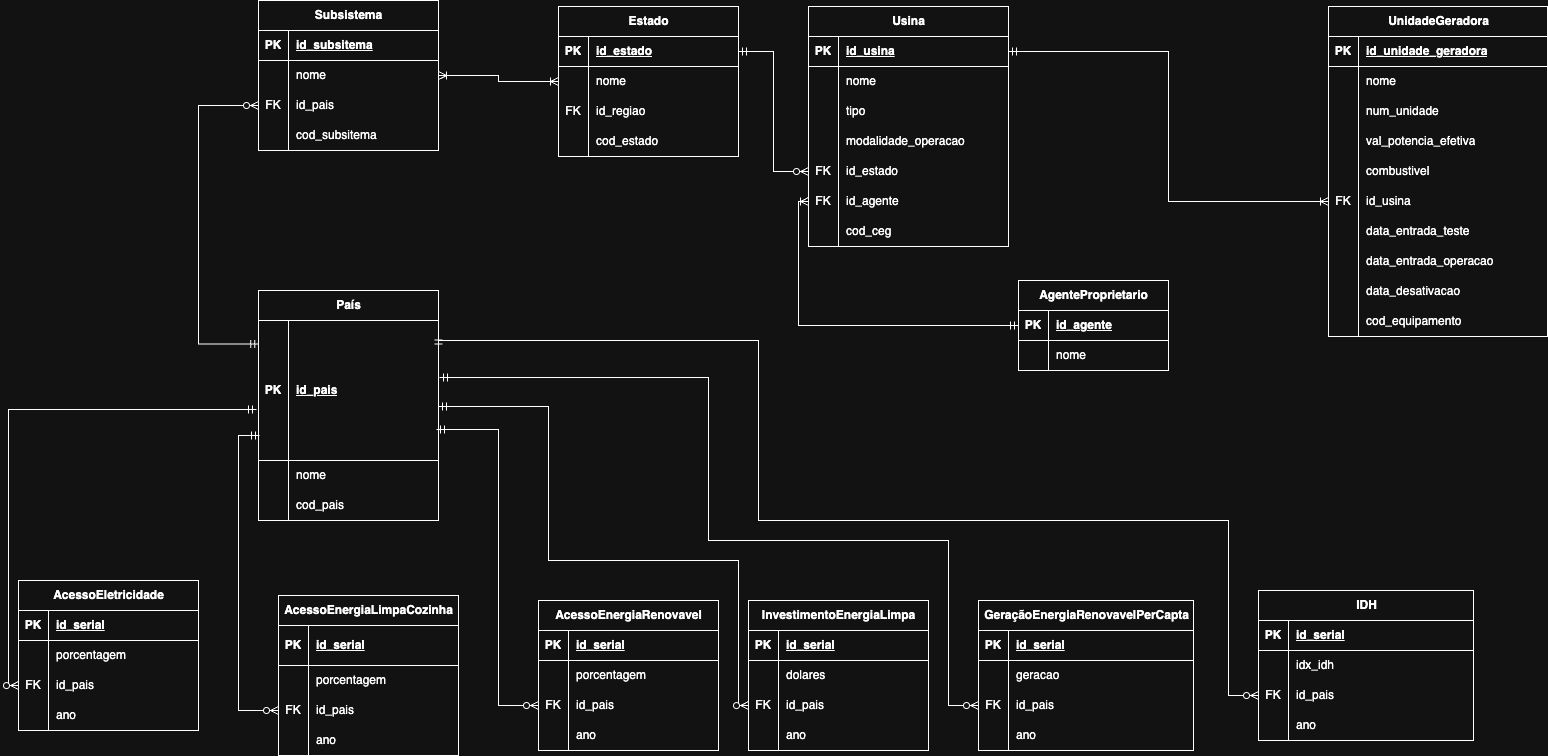
The draw.io diagram models/Relational_Model.png in Pedrovmc04/MC536-Projeto1, before a commit. Source tidied: cells renumbered, new cells last; positions are measured from the earlier drawing's top-left corner, leaving out a move shared by most shapes.
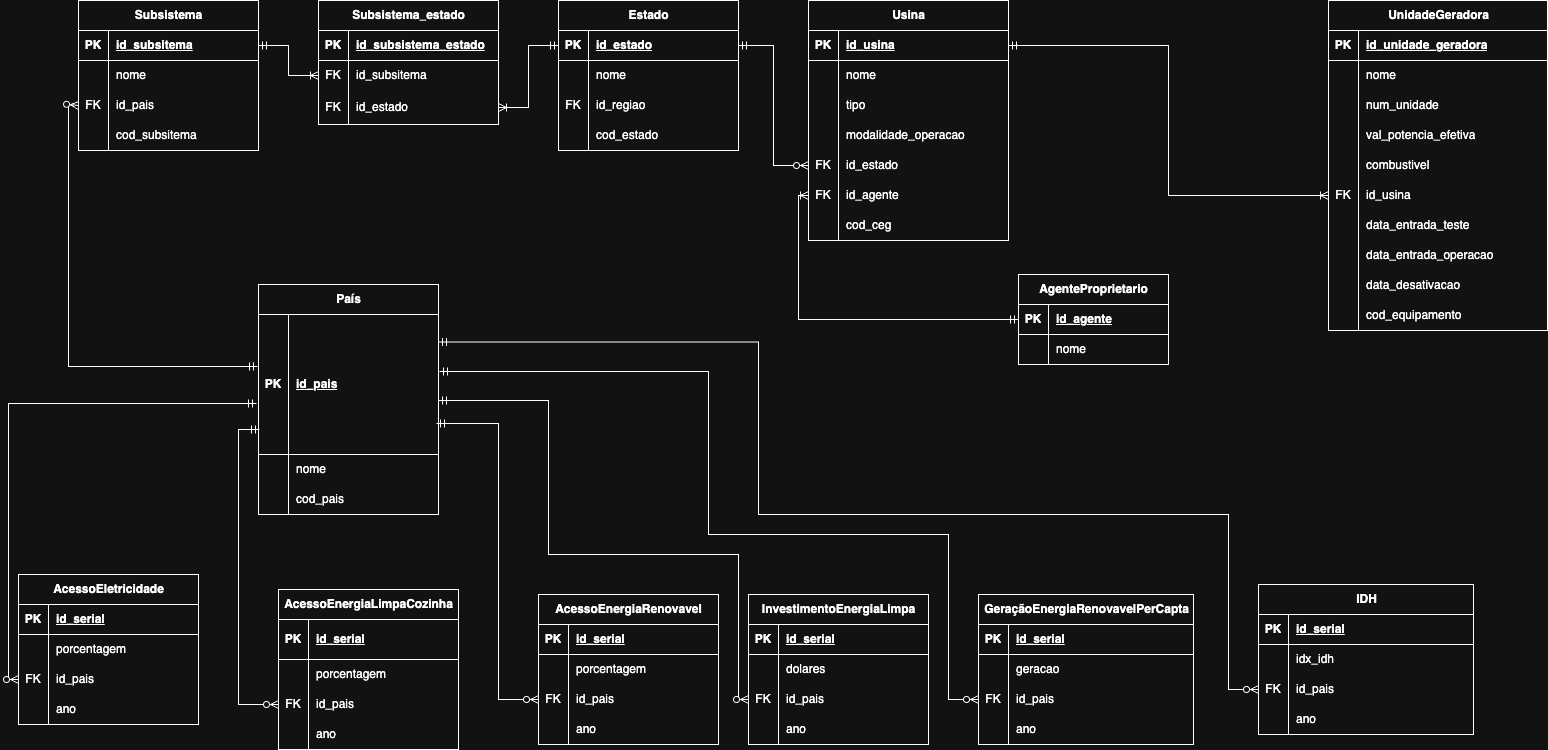
The same diagram one commit later.

Commit message:
fix conceptual and relation models

Diff of the diagram source:
```diff
@@ -9,7 +9,7 @@
       <mxGeometry relative="1" as="geometry" />
     </mxCell>
     <mxCell id="4" value="Subsistema" style="shape=table;startSize=30;rowLines=0;fontStyle=1;align=center;html=1;" parent="1" vertex="1">
-      <mxGeometry x="240" width="180" height="150" as="geometry" />
+      <mxGeometry x="60" y="6" width="180" height="150" as="geometry" />
     </mxCell>
     <mxCell id="5" style="shape=tableRow;horizontal=0;startSize=0;swimlaneHead=0;swimlaneBody=0;fillColor=none;points=[[0,0.5],[1,0.5]];portConstraint=eastwest;top=0;left=0;right=0;bottom=1;" parent="4" vertex="1">
       <mxGeometry y="30" width="180" height="30" as="geometry" />
@@ -575,23 +575,56 @@
     <mxCell id="184" style="fontSize=12;html=1;endArrow=ERzeroToMany;startArrow=ERmandOne;rounded=0;entryX=0;entryY=0.5;entryDx=0;entryDy=0;edgeStyle=orthogonalEdgeStyle;exitX=1;exitY=0.25;exitDx=0;exitDy=0;" parent="1" edge="1" source="52" target="159">
       <mxGeometry relative="1" as="geometry">
         <Array as="points">
-          <mxPoint x="740" y="340" />
+          <mxPoint x="740" y="348" />
           <mxPoint x="740" y="520" />
           <mxPoint x="1210" y="520" />
           <mxPoint x="1210" y="695" />
         </Array>
       </mxGeometry>
     </mxCell>
-    <mxCell id="185" style="edgeStyle=orthogonalEdgeStyle;fontSize=12;html=1;endArrow=ERzeroToMany;startArrow=ERmandOne;rounded=0;entryX=0;entryY=0.5;entryDx=0;entryDy=0;exitX=0.002;exitY=0.167;exitDx=0;exitDy=0;exitPerimeter=0;" parent="1" edge="1" source="53" target="11">
+    <mxCell id="185" style="edgeStyle=orthogonalEdgeStyle;fontSize=12;html=1;endArrow=ERzeroToMany;startArrow=ERmandOne;rounded=0;entryX=0;entryY=0.5;entryDx=0;entryDy=0;exitX=-0.006;exitY=0.371;exitDx=0;exitDy=0;exitPerimeter=0;" parent="1" edge="1" source="53" target="11">
       <mxGeometry relative="1" as="geometry">
         <Array as="points">
-          <mxPoint x="180" y="343" />
-          <mxPoint x="180" y="105" />
+          <mxPoint x="50" y="372" />
+          <mxPoint x="50" y="110" />
         </Array>
       </mxGeometry>
     </mxCell>
-    <mxCell id="186" style="edgeStyle=orthogonalEdgeStyle;fontSize=12;html=1;endArrow=ERoneToMany;startArrow=ERoneToMany;rounded=0;entryX=0;entryY=0.5;entryDx=0;entryDy=0;exitX=1;exitY=0.5;exitDx=0;exitDy=0;" parent="1" edge="1" source="8" target="21">
-      <mxGeometry relative="1" as="geometry" />
-    </mxCell>
+    <mxCell id="187" value="Subsistema_estado" style="shape=table;startSize=30;rowLines=0;fontStyle=1;align=center;html=1;" parent="1" vertex="1">
+      <mxGeometry x="300" y="6" width="180" height="124" as="geometry" />
+    </mxCell>
+    <mxCell id="188" style="shape=tableRow;horizontal=0;startSize=0;swimlaneHead=0;swimlaneBody=0;fillColor=none;top=0;left=0;right=0;bottom=1;" parent="187" vertex="1">
+      <mxGeometry y="30" width="180" height="30" as="geometry" />
+    </mxCell>
+    <mxCell id="189" value="PK" style="shape=partialRectangle;fillColor=none;top=0;left=0;bottom=0;right=0;fontStyle=1;overflow=hidden;whiteSpace=wrap;html=1;" parent="188" vertex="1">
+      <mxGeometry width="30" height="30" as="geometry" />
+    </mxCell>
+    <mxCell id="190" value="id_subsistema_estado" style="shape=partialRectangle;fillColor=none;top=0;left=0;bottom=0;right=0;align=left;spacingLeft=6;fontStyle=5;overflow=hidden;whiteSpace=wrap;html=1;" parent="188" vertex="1">
+      <mxGeometry x="30" width="150" height="30" as="geometry" />
+    </mxCell>
+    <mxCell id="191" style="shape=tableRow;horizontal=0;startSize=0;swimlaneHead=0;swimlaneBody=0;fillColor=none;points=[[0,0.5],[1,0.5]];portConstraint=eastwest;top=0;left=0;right=0;bottom=0;" parent="187" vertex="1">
+      <mxGeometry y="60" width="180" height="30" as="geometry" />
+    </mxCell>
+    <mxCell id="192" value="FK" style="shape=partialRectangle;fillColor=none;top=0;left=0;bottom=0;right=0;overflow=hidden;whiteSpace=wrap;html=1;" parent="191" vertex="1">
+      <mxGeometry width="30" height="30" as="geometry" />
+    </mxCell>
+    <mxCell id="193" value="id_subsitema" style="shape=partialRectangle;fillColor=none;top=0;left=0;bottom=0;right=0;align=left;spacingLeft=6;overflow=hidden;whiteSpace=wrap;html=1;" parent="191" vertex="1">
+      <mxGeometry x="30" width="150" height="30" as="geometry" />
+    </mxCell>
+    <mxCell id="194" style="shape=tableRow;horizontal=0;startSize=0;swimlaneHead=0;swimlaneBody=0;fillColor=none;points=[[0,0.5],[1,0.5]];portConstraint=eastwest;top=0;left=0;right=0;bottom=0;" parent="187" vertex="1">
+      <mxGeometry y="90" width="180" height="34" as="geometry" />
+    </mxCell>
+    <mxCell id="195" value="FK" style="shape=partialRectangle;fillColor=none;top=0;left=0;bottom=0;right=0;overflow=hidden;whiteSpace=wrap;html=1;" parent="194" vertex="1">
+      <mxGeometry width="30" height="34" as="geometry" />
+    </mxCell>
+    <mxCell id="196" value="id_estado" style="shape=partialRectangle;fillColor=none;top=0;left=0;bottom=0;right=0;align=left;spacingLeft=6;overflow=hidden;whiteSpace=wrap;html=1;" parent="194" vertex="1">
+      <mxGeometry x="30" width="150" height="34" as="geometry" />
+    </mxCell>
+    <mxCell id="197" style="fontSize=12;html=1;endArrow=ERoneToMany;startArrow=ERmandOne;rounded=0;entryX=0;entryY=0.5;entryDx=0;entryDy=0;exitX=1;exitY=0.5;exitDx=0;exitDy=0;edgeStyle=orthogonalEdgeStyle;endFill=0;" parent="1" edge="1" source="5" target="191">
+      <mxGeometry relative="1" as="geometry" />
+    </mxCell>
+    <mxCell id="198" style="fontSize=12;html=1;endArrow=ERoneToMany;startArrow=ERmandOne;rounded=0;entryX=1;entryY=0.5;entryDx=0;entryDy=0;edgeStyle=orthogonalEdgeStyle;endFill=0;exitX=0;exitY=0.5;exitDx=0;exitDy=0;" parent="1" edge="1" source="18" target="194">
+      <mxGeometry relative="1" as="geometry" />
+    </mxCell>
   </root>
 </mxGraphModel>
```
